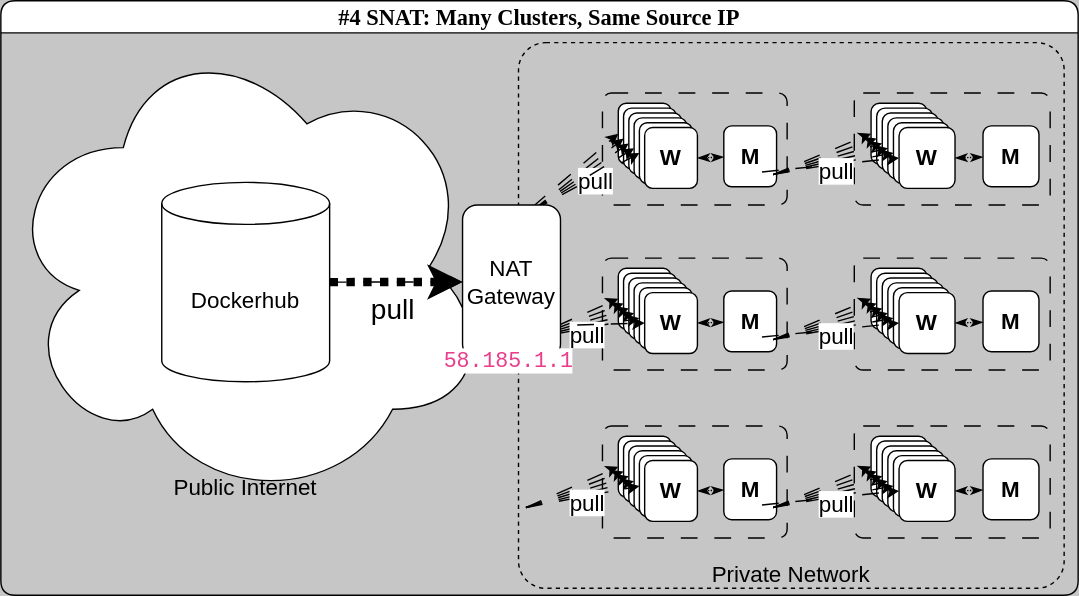
Above: content/explainer/container-oci-registry/pull-a-public-container-image/4-pulls-from-snat-gateway.drawio.svg in doughgle/doughgle.github.io (draw.io), before the change. Source tidied: cells renumbered, new cells last; positions are measured from the earlier drawing's top-left corner, leaving out a move shared by most shapes.
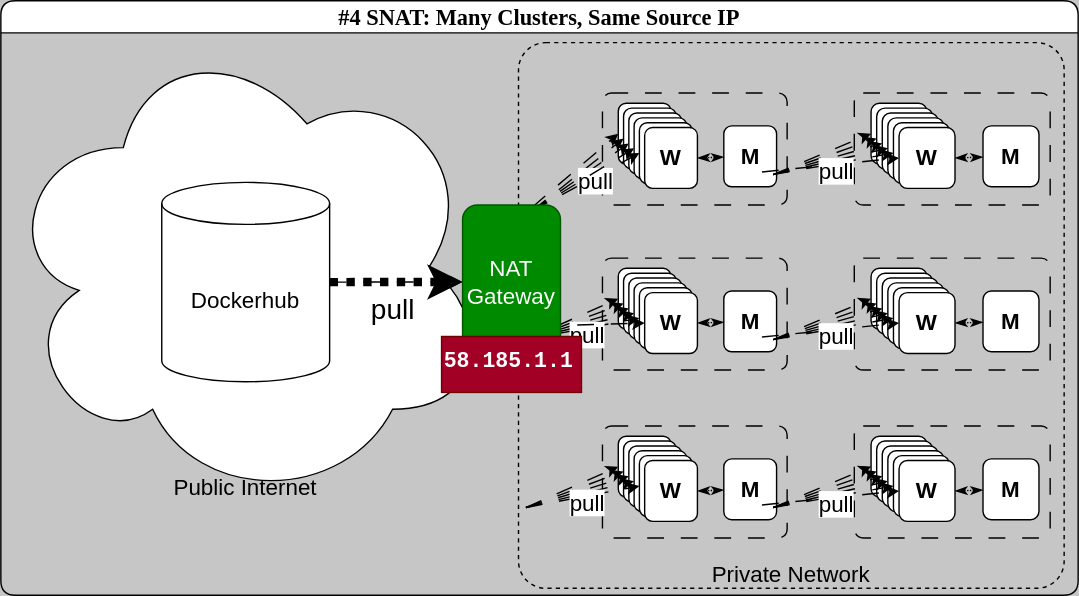
The same diagram one commit later.

Diff of the diagram source:
```diff
@@ -386,10 +386,10 @@
         <mxPoint x="380" y="150" as="sourcePoint" />
       </mxGeometry>
     </mxCell>
-    <mxCell id="108" value="NAT&lt;br&gt;Gateway" style="rounded=1;whiteSpace=wrap;html=1;fontSize=16;fillColor=default;" parent="3" vertex="1">
+    <mxCell id="108" value="NAT&lt;br&gt;Gateway" style="rounded=1;whiteSpace=wrap;html=1;fontSize=16;fillColor=#008a00;fontColor=#ffffff;strokeColor=#005700;" parent="3" vertex="1">
       <mxGeometry x="330" y="146" width="70" height="110" as="geometry" />
     </mxCell>
-    <mxCell id="109" value="&lt;span style=&quot;color: rgb(232, 62, 140); font-family: SFMono-Regular, Menlo, Monaco, Consolas, &amp;quot;Liberation Mono&amp;quot;, &amp;quot;Courier New&amp;quot;, monospace; font-size: 15.4px; background-color: rgb(255, 255, 255);&quot;&gt;58.185.1.1&lt;/span&gt;" style="text;whiteSpace=wrap;html=1;fontSize=16;" parent="3" vertex="1">
+    <mxCell id="109" value="&lt;span style=&quot;font-family: SFMono-Regular, Menlo, Monaco, Consolas, &amp;quot;Liberation Mono&amp;quot;, &amp;quot;Courier New&amp;quot;, monospace; font-size: 15.4px;&quot;&gt;58.185.1.1&lt;/span&gt;" style="text;whiteSpace=wrap;html=1;fontSize=16;fillColor=#a20025;fontColor=#ffffff;strokeColor=#6F0000;labelBackgroundColor=none;fontStyle=1;" parent="3" vertex="1">
       <mxGeometry x="315" y="240" width="100" height="40" as="geometry" />
     </mxCell>
     <mxCell id="110" value="Private Network" style="text;strokeColor=none;align=center;fillColor=none;html=1;verticalAlign=middle;whiteSpace=wrap;rounded=0;dashed=1;fontSize=16;" parent="1" vertex="1">
```
